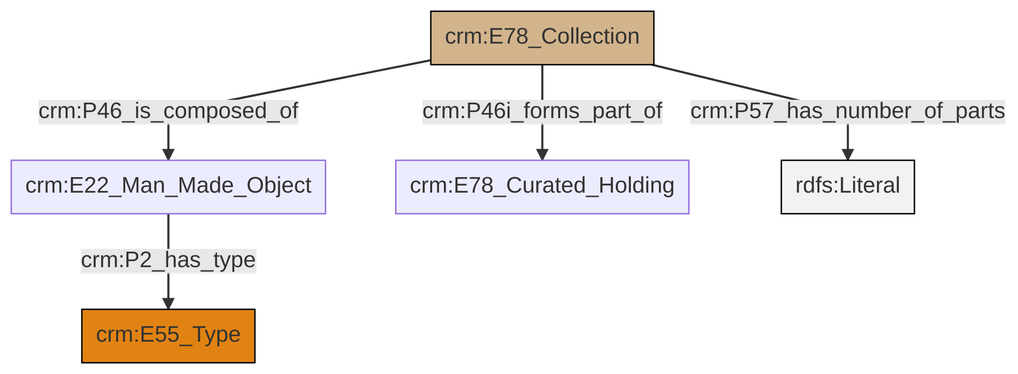
The Mermaid diagram et/archivalCSV/ttl/mmd/png/archival_parthood.png in swiss-art-research-net/docs.swissartresearch, before a commit. Its source is kept beside it as et/archivalCSV/ttl/mmd/archival_parthood.ttl.mmd.
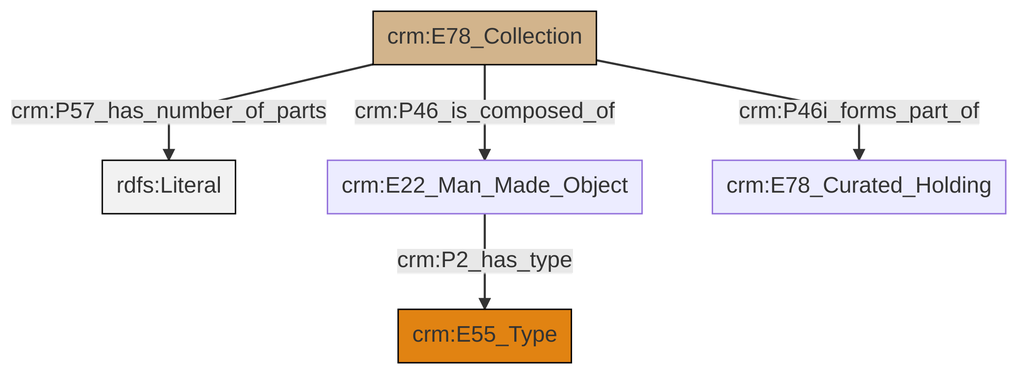
After the commit.

What changed in the source:
```diff
@@ -13,7 +13,7 @@
 classDef PC_Classes fill:#4ce600, stroke:#000000;
 classDef Multi fill:#cccccc,stroke:#000000;
 
-2["crm:E78_Collection"]:::Physical_Thing -->|crm:P46i_forms_part_of| 3["crm:E78_Curated_Holding"]:::Default
-2["crm:E78_Collection"]:::Physical_Thing -->|crm:P57_has_number_of_parts| 4[rdfs:Literal]:::Literal
-0["crm:E22_Man_Made_Object"]:::Default -->|crm:P2_has_type| 7["crm:E55_Type"]:::Type
-2["crm:E78_Collection"]:::Physical_Thing -->|crm:P46_is_composed_of| 0["crm:E22_Man_Made_Object"]:::Default
+2["crm:E78_Collection"]:::Physical_Thing -->|crm:P57_has_number_of_parts| 3[rdfs:Literal]:::Literal
+2["crm:E78_Collection"]:::Physical_Thing -->|crm:P46_is_composed_of| 4["crm:E22_Man_Made_Object"]:::Default
+4["crm:E22_Man_Made_Object"]:::Default -->|crm:P2_has_type| 0["crm:E55_Type"]:::Type
+2["crm:E78_Collection"]:::Physical_Thing -->|crm:P46i_forms_part_of| 6["crm:E78_Curated_Holding"]:::Default
```
